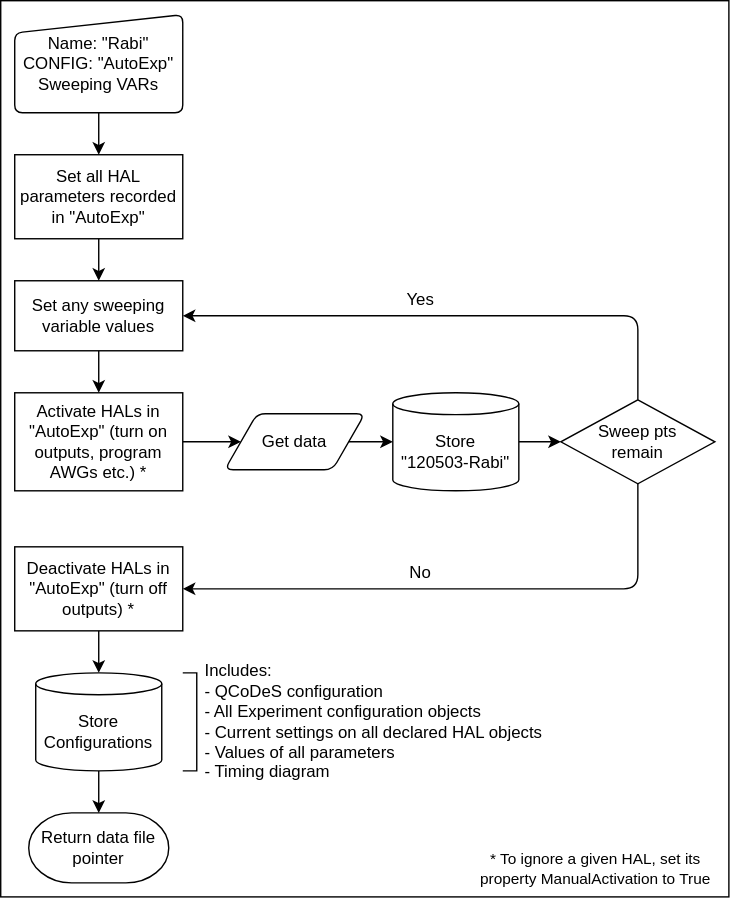
Earlier version of the draw.io export docs/User/Exp_Overview_Run.drawio.svg (sqdlab/SQDToolz). Source tidied: cells renumbered, new cells last; positions are measured from the earlier drawing's top-left corner, leaving out a move shared by most shapes.
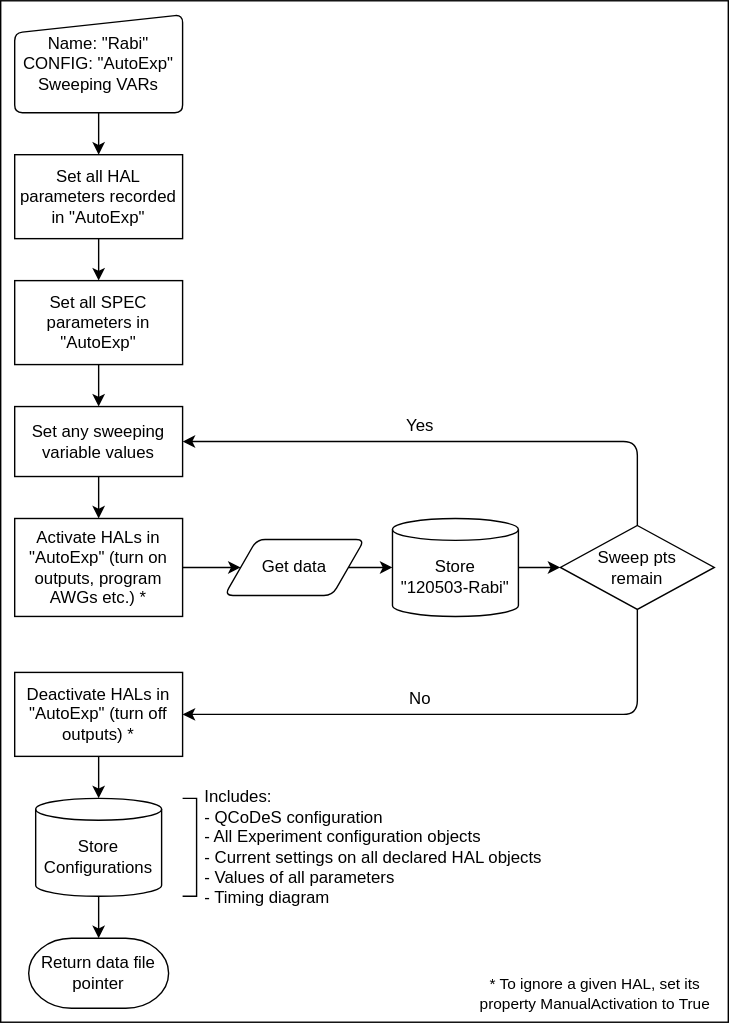
The same diagram one commit later.

The edit, as a diff of the source:
```diff
@@ -3,13 +3,13 @@
     <mxCell id="0" />
     <mxCell id="1" parent="0" />
     <mxCell id="2" style="rounded=0;whiteSpace=wrap;html=1;strokeWidth=1;" parent="1" vertex="1">
-      <mxGeometry width="520" height="640" as="geometry" />
+      <mxGeometry y="-90" width="520" height="730" as="geometry" />
     </mxCell>
-    <mxCell id="3" style="edgeStyle=none;html=1;exitX=0.5;exitY=1;exitDx=0;exitDy=0;entryX=0.5;entryY=0;entryDx=0;entryDy=0;" parent="1" edge="1" source="4" target="6">
-      <mxGeometry relative="1" as="geometry" />
-    </mxCell>
+    <mxCell id="28" style="edgeStyle=none;html=1;exitX=0.5;exitY=1;exitDx=0;exitDy=0;" parent="1" edge="1" source="4" target="30">
+      <mxGeometry relative="1" as="geometry" />
+    </mxCell>
     <mxCell id="4" value="Set all HAL parameters recorded in &quot;AutoExp&quot;" style="rounded=0;whiteSpace=wrap;html=1;" parent="1" vertex="1">
-      <mxGeometry x="10" y="110" width="120" height="60" as="geometry" />
+      <mxGeometry x="10" y="20" width="120" height="60" as="geometry" />
     </mxCell>
     <mxCell id="5" style="edgeStyle=none;html=1;exitX=0.5;exitY=1;exitDx=0;exitDy=0;entryX=0.5;entryY=0;entryDx=0;entryDy=0;" parent="1" edge="1" source="6" target="8">
       <mxGeometry relative="1" as="geometry" />
@@ -50,7 +50,7 @@
       <mxGeometry relative="1" as="geometry" />
     </mxCell>
     <mxCell id="15" value="&lt;span&gt;Name: &quot;Rabi&quot;&lt;/span&gt;&lt;br&gt;&lt;span&gt;CONFIG: &quot;AutoExp&quot;&lt;br&gt;&lt;/span&gt;Sweeping VARs&lt;span&gt;&lt;br&gt;&lt;/span&gt;" style="html=1;strokeWidth=1;shape=manualInput;whiteSpace=wrap;rounded=1;size=13;arcSize=11;" parent="1" vertex="1">
-      <mxGeometry x="10" y="10" width="120" height="70" as="geometry" />
+      <mxGeometry x="10" y="-80" width="120" height="70" as="geometry" />
     </mxCell>
     <mxCell id="16" style="edgeStyle=none;html=1;exitX=1;exitY=0.5;exitDx=0;exitDy=0;entryX=0;entryY=0.5;entryDx=0;entryDy=0;entryPerimeter=0;" parent="1" edge="1" source="17" target="10">
       <mxGeometry relative="1" as="geometry" />
@@ -88,5 +88,11 @@
     <mxCell id="27" value="* To ignore a given HAL, set its property ManualActivation to True" style="text;html=1;strokeColor=none;fillColor=none;align=center;verticalAlign=middle;whiteSpace=wrap;rounded=0;fontSize=11;" parent="1" vertex="1">
       <mxGeometry x="340" y="610" width="170" height="20" as="geometry" />
     </mxCell>
+    <mxCell id="29" style="edgeStyle=none;html=1;exitX=0.5;exitY=1;exitDx=0;exitDy=0;entryX=0.5;entryY=0;entryDx=0;entryDy=0;" parent="1" edge="1" source="30" target="6">
+      <mxGeometry relative="1" as="geometry" />
+    </mxCell>
+    <mxCell id="30" value="Set all SPEC parameters in &quot;AutoExp&quot;" style="rounded=0;whiteSpace=wrap;html=1;" parent="1" vertex="1">
+      <mxGeometry x="10" y="110" width="120" height="60" as="geometry" />
+    </mxCell>
   </root>
 </mxGraphModel>
```
